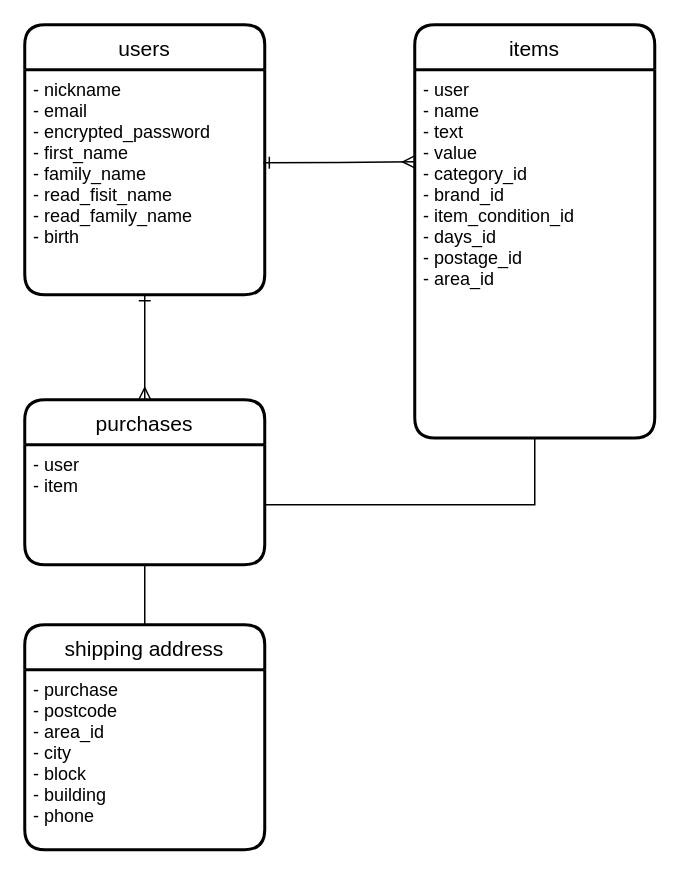
Above: app/views/table.dio in kotaro0217/seasy (draw.io), before the change. Source tidied: cells renumbered, new cells numbered last; positions are measured from the earlier drawing's top-left corner, leaving out a move shared by most shapes. Both pictures are drawn from the tidied source at 150%, with x=0, y=0 at pixel (24, 24).
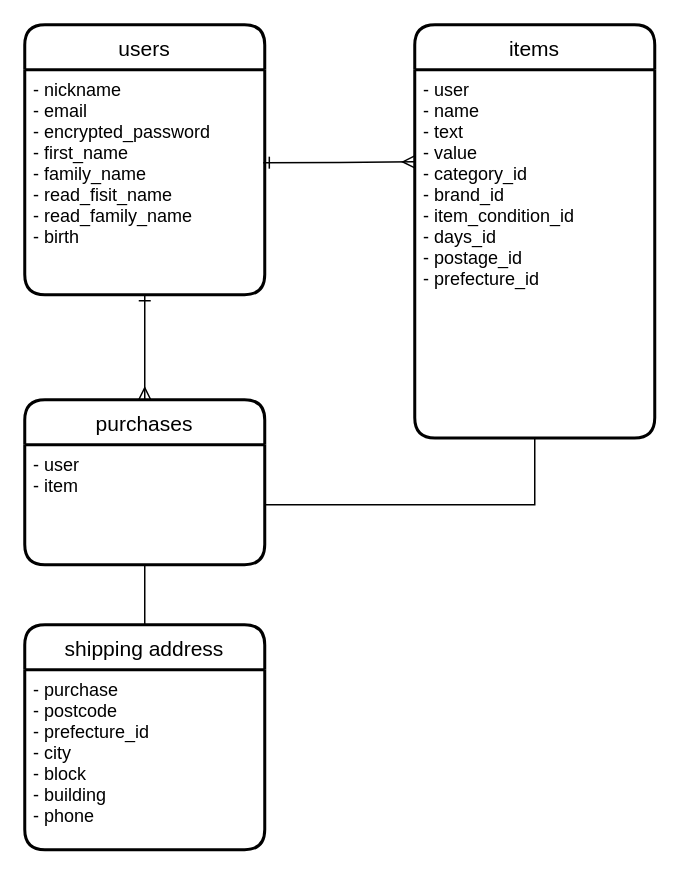
Above is the later version.

The edit, as a diff of the source:
```diff
@@
 <mxGraphModel>
   <root>
     <mxCell id="0" />
     <mxCell id="1" parent="0" />
     <mxCell id="2" value="items" style="swimlane;horizontal=1;startSize=30;rounded=1;fontSize=14;fontStyle=0;strokeWidth=2;shadow=0;dashed=0;align=center;fillColor=none;" parent="1" vertex="1">
       <mxGeometry x="260" width="160" height="275.5" as="geometry" />
     </mxCell>
     <mxCell id="3" style="edgeStyle=orthogonalEdgeStyle;rounded=0;orthogonalLoop=1;jettySize=auto;html=1;exitX=0.5;exitY=1;exitDx=0;exitDy=0;" parent="2" edge="1" source="4" target="4">
       <mxGeometry relative="1" as="geometry" />
     </mxCell>
-    <mxCell id="4" value="- user&#10;- name&#10;- text&#10;- value&#10;- category_id&#10;- brand_id&#10;- item_condition_id&#10;- days_id&#10;- postage_id&#10;- area_id" style="align=left;strokeColor=none;fillColor=none;spacingLeft=4;fontSize=12;verticalAlign=top;" parent="2" vertex="1">
+    <mxCell id="4" value="- user&#10;- name&#10;- text&#10;- value&#10;- category_id&#10;- brand_id&#10;- item_condition_id&#10;- days_id&#10;- postage_id&#10;- prefecture_id" style="align=left;strokeColor=none;fillColor=none;spacingLeft=4;fontSize=12;verticalAlign=top;" parent="2" vertex="1">
       <mxGeometry y="30" width="160" height="245.5" as="geometry" />
     </mxCell>
     <mxCell id="5" value="users" style="swimlane;horizontal=1;startSize=30;rounded=1;fontSize=14;fontStyle=0;strokeWidth=2;shadow=0;dashed=0;align=center;fillColor=none;" parent="1" vertex="1">
       <mxGeometry width="160" height="180" as="geometry" />
     </mxCell>
     <mxCell id="6" value="- nickname&#10;- email&#10;- encrypted_password&#10;- first_name&#10;- family_name&#10;- read_fisit_name&#10;- read_family_name&#10;- birth" style="align=left;strokeColor=none;fillColor=none;spacingLeft=4;fontSize=12;verticalAlign=top;" parent="5" vertex="1">
       <mxGeometry y="30" width="160" height="150" as="geometry" />
     </mxCell>
     <mxCell id="7" value="shipping address" style="swimlane;horizontal=1;startSize=30;rounded=1;fontSize=14;fontStyle=0;strokeWidth=2;shadow=0;dashed=0;align=center;fillColor=none;" parent="1" vertex="1">
       <mxGeometry y="400" width="160" height="150" as="geometry" />
     </mxCell>
-    <mxCell id="8" value="- purchase&#10;- postcode&#10;- area_id&#10;- city&#10;- block&#10;- building&#10;- phone&#10;&#10;" style="align=left;strokeColor=none;fillColor=none;spacingLeft=4;fontSize=12;verticalAlign=top;" parent="7" vertex="1">
+    <mxCell id="8" value="- purchase&#10;- postcode&#10;- prefecture_id&#10;- city&#10;- block&#10;- building&#10;- phone&#10;&#10;" style="align=left;strokeColor=none;fillColor=none;spacingLeft=4;fontSize=12;verticalAlign=top;" parent="7" vertex="1">
       <mxGeometry y="30" width="160" height="120" as="geometry" />
     </mxCell>
     <mxCell id="9" style="edgeStyle=orthogonalEdgeStyle;rounded=0;orthogonalLoop=1;jettySize=auto;html=1;exitX=0.5;exitY=1;exitDx=0;exitDy=0;" parent="7" edge="1" source="8" target="8">
       <mxGeometry relative="1" as="geometry" />
     </mxCell>
     <mxCell id="10" value="purchases" style="swimlane;horizontal=1;startSize=30;rounded=1;fontSize=14;fontStyle=0;strokeWidth=2;shadow=0;dashed=0;align=center;" parent="1" vertex="1">
       <mxGeometry y="250" width="160" height="110" as="geometry" />
     </mxCell>
     <mxCell id="11" value="- user&#10;- item" style="align=left;strokeColor=none;fillColor=none;spacingLeft=4;fontSize=12;verticalAlign=top;" parent="10" vertex="1">
       <mxGeometry y="30" width="160" height="80" as="geometry" />
     </mxCell>
     <mxCell id="12" style="edgeStyle=orthogonalEdgeStyle;rounded=0;jettySize=auto;html=1;exitX=0.5;exitY=1;exitDx=0;exitDy=0;endArrow=none;endFill=0;" parent="1" edge="1" source="11" target="7">
       <mxGeometry relative="1" as="geometry" />
     </mxCell>
     <mxCell id="13" style="edgeStyle=orthogonalEdgeStyle;rounded=0;jettySize=auto;html=1;exitX=0.5;exitY=1;exitDx=0;exitDy=0;entryX=1;entryY=0.5;entryDx=0;entryDy=0;startArrow=none;startFill=0;endArrow=none;endFill=0;" parent="1" edge="1" source="4" target="11">
       <mxGeometry relative="1" as="geometry">
         <Array as="points">
           <mxPoint x="340" y="320" />
         </Array>
       </mxGeometry>
     </mxCell>
     <mxCell id="14" style="edgeStyle=orthogonalEdgeStyle;rounded=0;jettySize=auto;html=1;exitX=0.994;exitY=0.413;exitDx=0;exitDy=0;entryX=0;entryY=0.25;entryDx=0;entryDy=0;exitPerimeter=0;endArrow=ERmany;endFill=0;startArrow=ERone;startFill=0;" parent="1" edge="1" source="6" target="4">
       <mxGeometry relative="1" as="geometry" />
     </mxCell>
     <mxCell id="15" style="edgeStyle=orthogonalEdgeStyle;rounded=0;jettySize=auto;html=1;exitX=0.5;exitY=1;exitDx=0;exitDy=0;entryX=0.5;entryY=0;entryDx=0;entryDy=0;endArrow=ERmany;endFill=0;startArrow=ERone;startFill=0;" parent="1" edge="1" source="6" target="10">
       <mxGeometry relative="1" as="geometry" />
     </mxCell>
   </root>
 </mxGraphModel>
```
